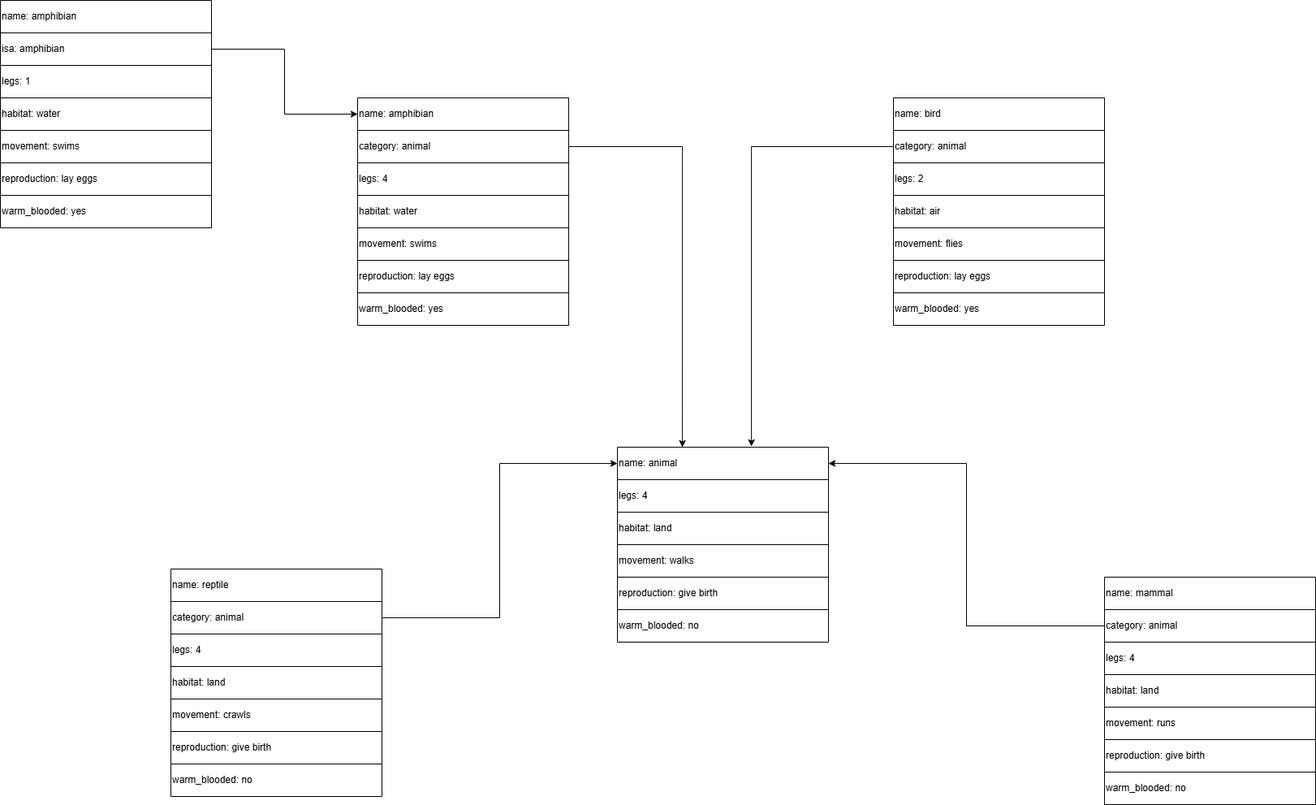
Earlier version of the draw.io export Intelligent System/myFrame.drawio.png (another4433/another4433). Source tidied: cells renumbered, new cells last; positions are measured from the earlier drawing's top-left corner, leaving out a move shared by most shapes.
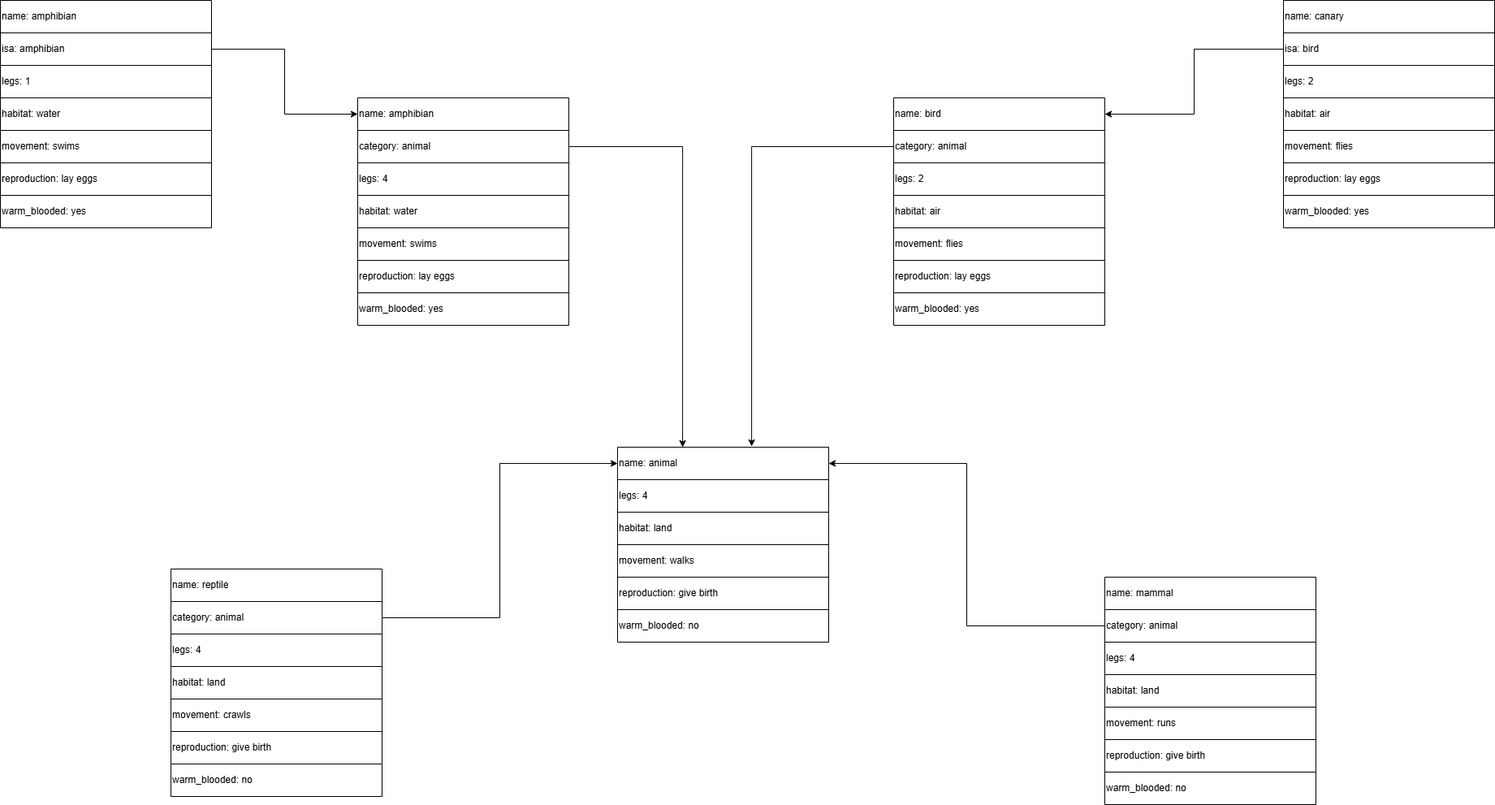
Above is the later version.

Change to the diagram source:
```diff
@@ -281,5 +281,53 @@
     <mxCell id="94" style="edgeStyle=orthogonalEdgeStyle;rounded=0;jettySize=auto;html=1;entryX=0;entryY=0.5;entryDx=0;entryDy=0;" parent="1" edge="1" source="82" target="64">
       <mxGeometry relative="1" as="geometry" />
     </mxCell>
+    <mxCell id="95" style="shape=table;startSize=0;" parent="1" vertex="1">
+      <mxGeometry x="1580" width="260" height="280" as="geometry" />
+    </mxCell>
+    <mxCell id="96" style="shape=tableRow;horizontal=0;startSize=0;swimlaneHead=0;swimlaneBody=0;strokeColor=inherit;top=0;left=0;bottom=0;right=0;fillColor=none;" parent="95" vertex="1">
+      <mxGeometry width="260" height="40" as="geometry" />
+    </mxCell>
+    <mxCell id="97" value="name: canary" style="shape=partialRectangle;html=1;whiteSpace=wrap;strokeColor=inherit;overflow=hidden;fillColor=none;top=0;left=0;bottom=0;right=0;align=left;" parent="96" vertex="1">
+      <mxGeometry width="260" height="40" as="geometry" />
+    </mxCell>
+    <mxCell id="98" style="shape=tableRow;horizontal=0;startSize=0;swimlaneHead=0;swimlaneBody=0;strokeColor=inherit;top=0;left=0;bottom=0;right=0;fillColor=none;points=[[0,0.5],[1,0.5]];portConstraint=eastwest;" parent="95" vertex="1">
+      <mxGeometry y="40" width="260" height="40" as="geometry" />
+    </mxCell>
+    <mxCell id="99" value="isa: bird" style="shape=partialRectangle;html=1;whiteSpace=wrap;strokeColor=inherit;overflow=hidden;fillColor=none;top=0;left=0;bottom=0;right=0;align=left;" parent="98" vertex="1">
+      <mxGeometry width="260" height="40" as="geometry" />
+    </mxCell>
+    <mxCell id="100" style="shape=tableRow;horizontal=0;startSize=0;swimlaneHead=0;swimlaneBody=0;strokeColor=inherit;top=0;left=0;bottom=0;right=0;fillColor=none;" parent="95" vertex="1">
+      <mxGeometry y="80" width="260" height="40" as="geometry" />
+    </mxCell>
+    <mxCell id="101" value="legs: 2" style="shape=partialRectangle;html=1;whiteSpace=wrap;strokeColor=inherit;overflow=hidden;fillColor=none;top=0;left=0;bottom=0;right=0;align=left;" parent="100" vertex="1">
+      <mxGeometry width="260" height="40" as="geometry" />
+    </mxCell>
+    <mxCell id="102" style="shape=tableRow;horizontal=0;startSize=0;swimlaneHead=0;swimlaneBody=0;strokeColor=inherit;top=0;left=0;bottom=0;right=0;fillColor=none;" parent="95" vertex="1">
+      <mxGeometry y="120" width="260" height="40" as="geometry" />
+    </mxCell>
+    <mxCell id="103" value="habitat: air" style="shape=partialRectangle;html=1;whiteSpace=wrap;strokeColor=inherit;overflow=hidden;fillColor=none;top=0;left=0;bottom=0;right=0;align=left;" parent="102" vertex="1">
+      <mxGeometry width="260" height="40" as="geometry" />
+    </mxCell>
+    <mxCell id="104" style="shape=tableRow;horizontal=0;startSize=0;swimlaneHead=0;swimlaneBody=0;strokeColor=inherit;top=0;left=0;bottom=0;right=0;fillColor=none;" parent="95" vertex="1">
+      <mxGeometry y="160" width="260" height="40" as="geometry" />
+    </mxCell>
+    <mxCell id="105" value="movement: flies" style="shape=partialRectangle;html=1;whiteSpace=wrap;strokeColor=inherit;overflow=hidden;fillColor=none;top=0;left=0;bottom=0;right=0;align=left;" parent="104" vertex="1">
+      <mxGeometry width="260" height="40" as="geometry" />
+    </mxCell>
+    <mxCell id="106" style="shape=tableRow;horizontal=0;startSize=0;swimlaneHead=0;swimlaneBody=0;strokeColor=inherit;top=0;left=0;bottom=0;right=0;fillColor=none;" parent="95" vertex="1">
+      <mxGeometry y="200" width="260" height="40" as="geometry" />
+    </mxCell>
+    <mxCell id="107" value="reproduction: lay eggs" style="shape=partialRectangle;html=1;whiteSpace=wrap;strokeColor=inherit;overflow=hidden;fillColor=none;top=0;left=0;bottom=0;right=0;align=left;" parent="106" vertex="1">
+      <mxGeometry width="260" height="40" as="geometry" />
+    </mxCell>
+    <mxCell id="108" style="shape=tableRow;horizontal=0;startSize=0;swimlaneHead=0;swimlaneBody=0;strokeColor=inherit;top=0;left=0;bottom=0;right=0;fillColor=none;" parent="95" vertex="1">
+      <mxGeometry y="240" width="260" height="40" as="geometry" />
+    </mxCell>
+    <mxCell id="109" value="warm_blooded: yes" style="shape=partialRectangle;html=1;whiteSpace=wrap;strokeColor=inherit;overflow=hidden;fillColor=none;top=0;left=0;bottom=0;right=0;align=left;" parent="108" vertex="1">
+      <mxGeometry width="260" height="40" as="geometry" />
+    </mxCell>
+    <mxCell id="110" style="edgeStyle=orthogonalEdgeStyle;rounded=0;jettySize=auto;html=1;entryX=1;entryY=0.5;entryDx=0;entryDy=0;" parent="1" edge="1" source="98" target="48">
+      <mxGeometry relative="1" as="geometry" />
+    </mxCell>
   </root>
 </mxGraphModel>
```
